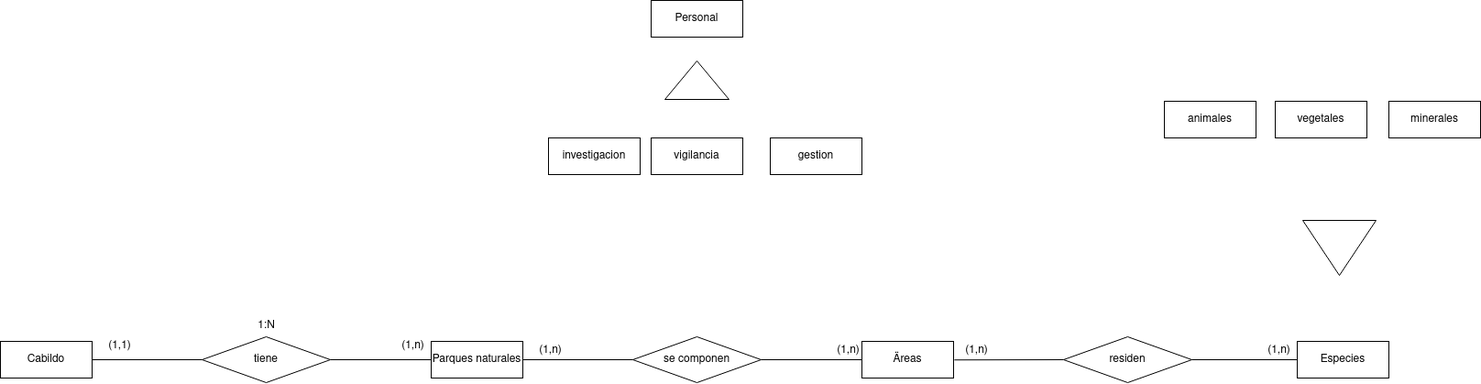
Above: Ejercicios/tarea2/tarea_E/diagramaFinal.png in adogonz23/BAE (draw.io), before the change. Source tidied: cells renumbered, new cells last; positions are measured from the earlier drawing's top-left corner, leaving out a move shared by most shapes.
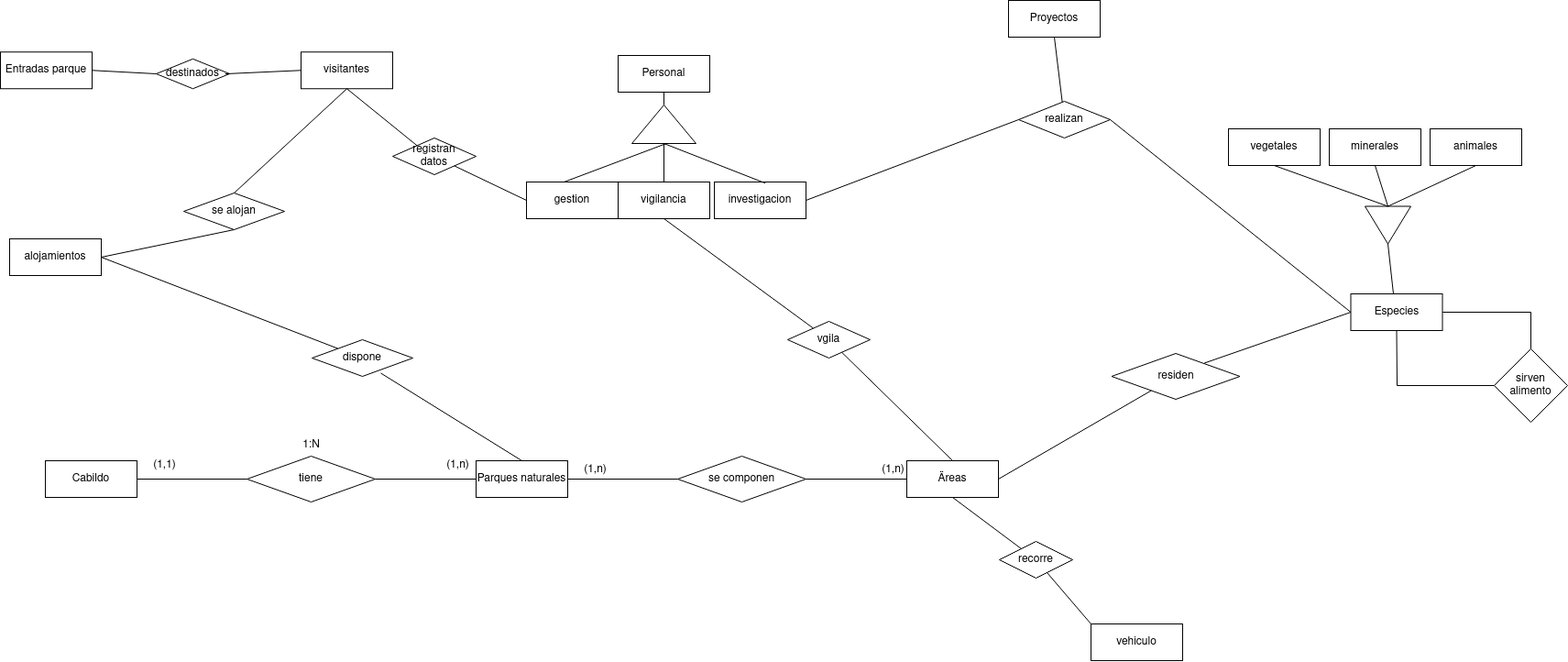
After the commit.

Change to the diagram source:
```diff
@@ -46,50 +46,173 @@
     <mxCell id="15" value="(1,n)" style="text;html=1;align=center;verticalAlign=middle;strokeColor=none;fillColor=none;" parent="1" vertex="1">
       <mxGeometry x="575" y="367" width="50" height="30" as="geometry" />
     </mxCell>
-    <mxCell id="16" value="Especies" style="rounded=0;whiteSpace=wrap;html=1;" parent="1" vertex="1">
-      <mxGeometry x="1415" y="372" width="100" height="40" as="geometry" />
-    </mxCell>
     <mxCell id="17" value="residen" style="rhombus;whiteSpace=wrap;html=1;" parent="1" vertex="1">
-      <mxGeometry x="1160" y="367" width="140" height="50" as="geometry" />
+      <mxGeometry x="1163.5" y="255" width="140" height="50" as="geometry" />
     </mxCell>
-    <mxCell id="18" style="endArrow=none;html=1;rounded=0;entryX=0.018;entryY=0.842;entryDx=0;entryDy=0;exitX=0;exitY=0.5;exitDx=0;exitDy=0;entryPerimeter=0;" parent="1" edge="1" source="17" target="21">
-      <mxGeometry relative="1" as="geometry" />
-    </mxCell>
-    <mxCell id="19" style="endArrow=none;html=1;rounded=0;entryX=0;entryY=0.5;entryDx=0;entryDy=0;exitX=1;exitY=0.5;exitDx=0;exitDy=0;" parent="1" edge="1" source="17" target="16">
-      <mxGeometry relative="1" as="geometry" />
-    </mxCell>
-    <mxCell id="20" value="(1,n)" style="text;html=1;align=center;verticalAlign=middle;strokeColor=none;fillColor=none;" parent="1" vertex="1">
-      <mxGeometry x="1370" y="367" width="50" height="30" as="geometry" />
-    </mxCell>
-    <mxCell id="21" value="(1,n)" style="text;html=1;align=center;verticalAlign=middle;points=[];strokeColor=none;fillColor=none;" parent="1" vertex="1">
-      <mxGeometry x="1040" y="367" width="50" height="30" as="geometry" />
-    </mxCell>
-    <mxCell id="22" style="triangle;whiteSpace=wrap;html=1;rotation=90;" parent="1" vertex="1">
-      <mxGeometry x="1431" y="230" width="60" height="80" as="geometry" />
-    </mxCell>
-    <mxCell id="23" value="animales" style="rounded=0;whiteSpace=wrap;html=1;" parent="1" vertex="1">
-      <mxGeometry x="1270" y="110" width="100" height="40" as="geometry" />
-    </mxCell>
-    <mxCell id="24" value="minerales" style="rounded=0;whiteSpace=wrap;html=1;" parent="1" vertex="1">
-      <mxGeometry x="1515" y="110" width="100" height="40" as="geometry" />
-    </mxCell>
-    <mxCell id="25" value="vegetales" style="rounded=0;whiteSpace=wrap;html=1;" parent="1" vertex="1">
-      <mxGeometry x="1391" y="110" width="100" height="40" as="geometry" />
-    </mxCell>
     <mxCell id="26" value="Personal" style="rounded=0;whiteSpace=wrap;html=1;" parent="1" vertex="1">
-      <mxGeometry x="710" width="100" height="40" as="geometry" />
+      <mxGeometry x="625" y="-70" width="100" height="40" as="geometry" />
     </mxCell>
     <mxCell id="27" style="triangle;whiteSpace=wrap;html=1;rotation=-90;" parent="1" vertex="1">
-      <mxGeometry x="739" y="52" width="42" height="70" as="geometry" />
+      <mxGeometry x="654" y="-30" width="42" height="70" as="geometry" />
     </mxCell>
     <mxCell id="28" value="vigilancia" style="rounded=0;whiteSpace=wrap;html=1;" parent="1" vertex="1">
-      <mxGeometry x="710" y="150" width="100" height="40" as="geometry" />
+      <mxGeometry x="625" y="68" width="100" height="40" as="geometry" />
     </mxCell>
-    <mxCell id="29" value="investigacion" style="rounded=0;whiteSpace=wrap;html=1;" parent="1" vertex="1">
-      <mxGeometry x="598" y="150" width="100" height="40" as="geometry" />
+    <mxCell id="29" value="gestion" style="rounded=0;whiteSpace=wrap;html=1;" parent="1" vertex="1">
+      <mxGeometry x="525" y="68" width="100" height="40" as="geometry" />
     </mxCell>
-    <mxCell id="30" value="gestion " style="rounded=0;whiteSpace=wrap;html=1;" parent="1" vertex="1">
-      <mxGeometry x="840" y="150" width="100" height="40" as="geometry" />
+    <mxCell id="30" value="investigacion" style="rounded=0;whiteSpace=wrap;html=1;" parent="1" vertex="1">
+      <mxGeometry x="730" y="68" width="100" height="40" as="geometry" />
     </mxCell>
+    <mxCell id="31" style="endArrow=none;html=1;rounded=0;entryX=0.5;entryY=1;entryDx=0;entryDy=0;exitX=1;exitY=0.5;exitDx=0;exitDy=0;" parent="1" edge="1" source="27" target="26">
+      <mxGeometry relative="1" as="geometry" />
+    </mxCell>
+    <mxCell id="32" style="endArrow=none;html=1;rounded=0;entryX=0;entryY=0.538;entryDx=0;entryDy=0;entryPerimeter=0;" parent="1" edge="1" target="27">
+      <mxGeometry relative="1" as="geometry">
+        <mxPoint x="566" y="68" as="sourcePoint" />
+      </mxGeometry>
+    </mxCell>
+    <mxCell id="33" style="endArrow=none;html=1;rounded=0;exitX=0.557;exitY=0.033;exitDx=0;exitDy=0;exitPerimeter=0;entryX=0;entryY=0.5;entryDx=0;entryDy=0;" parent="1" edge="1" source="30" target="27">
+      <mxGeometry relative="1" as="geometry" />
+    </mxCell>
+    <mxCell id="34" style="endArrow=none;html=1;rounded=0;exitX=0.5;exitY=0;exitDx=0;exitDy=0;entryX=0;entryY=0.5;entryDx=0;entryDy=0;" parent="1" edge="1" source="28" target="27">
+      <mxGeometry relative="1" as="geometry" />
+    </mxCell>
+    <mxCell id="35" value="Proyectos" style="rounded=0;whiteSpace=wrap;html=1;" parent="1" vertex="1">
+      <mxGeometry x="1051" y="-130" width="100" height="40" as="geometry" />
+    </mxCell>
+    <mxCell id="36" value="visitantes" style="rounded=0;whiteSpace=wrap;html=1;" parent="1" vertex="1">
+      <mxGeometry x="279" y="-73.8" width="100" height="40" as="geometry" />
+    </mxCell>
+    <mxCell id="37" value="Entradas parque" style="rounded=0;whiteSpace=wrap;html=1;" parent="1" vertex="1">
+      <mxGeometry x="-49" y="-73.8" width="100" height="40" as="geometry" />
+    </mxCell>
+    <mxCell id="38" value="vehiculo" style="rounded=0;whiteSpace=wrap;html=1;" parent="1" vertex="1">
+      <mxGeometry x="1141" y="550" width="100" height="40" as="geometry" />
+    </mxCell>
+    <mxCell id="39" style="group;rotation=0;" parent="1" vertex="1">
+      <mxGeometry x="1303.5" y="10" width="321" height="210" as="geometry" />
+    </mxCell>
+    <mxCell id="16" value="Especies" style="rounded=0;whiteSpace=wrap;html=1;rotation=0;" parent="39" vertex="1">
+      <mxGeometry x="121" y="180" width="100" height="40" as="geometry" />
+    </mxCell>
+    <mxCell id="23" value="animales" style="rounded=0;whiteSpace=wrap;html=1;rotation=0;" parent="39" vertex="1">
+      <mxGeometry x="207.5" width="100" height="40" as="geometry" />
+    </mxCell>
+    <mxCell id="24" value="minerales" style="rounded=0;whiteSpace=wrap;html=1;rotation=0;" parent="39" vertex="1">
+      <mxGeometry x="97.5" width="100" height="40" as="geometry" />
+    </mxCell>
+    <mxCell id="25" value="vegetales" style="rounded=0;whiteSpace=wrap;html=1;rotation=0;" parent="39" vertex="1">
+      <mxGeometry x="-12.5" width="100" height="40" as="geometry" />
+    </mxCell>
+    <mxCell id="40" style="triangle;whiteSpace=wrap;html=1;rotation=90;" parent="39" vertex="1">
+      <mxGeometry x="141" y="80" width="41" height="50" as="geometry" />
+    </mxCell>
+    <mxCell id="41" style="endArrow=none;html=1;rounded=0;entryX=0;entryY=0.5;entryDx=0;entryDy=0;exitX=0.5;exitY=1;exitDx=0;exitDy=0;" parent="39" edge="1" source="23" target="40">
+      <mxGeometry relative="1" as="geometry" />
+    </mxCell>
+    <mxCell id="42" style="endArrow=none;html=1;rounded=0;entryX=0;entryY=0.5;entryDx=0;entryDy=0;exitX=0.5;exitY=1;exitDx=0;exitDy=0;" parent="39" edge="1" source="25" target="40">
+      <mxGeometry relative="1" as="geometry" />
+    </mxCell>
+    <mxCell id="43" style="endArrow=none;html=1;rounded=0;entryX=0;entryY=0.5;entryDx=0;entryDy=0;exitX=0.5;exitY=1;exitDx=0;exitDy=0;exitPerimeter=0;" parent="39" edge="1" source="24" target="40">
+      <mxGeometry relative="1" as="geometry" />
+    </mxCell>
+    <mxCell id="44" style="endArrow=none;html=1;rounded=0;exitX=1;exitY=0.5;exitDx=0;exitDy=0;" parent="39" edge="1" source="40">
+      <mxGeometry relative="1" as="geometry">
+        <mxPoint x="167.5" y="180" as="targetPoint" />
+      </mxGeometry>
+    </mxCell>
+    <mxCell id="45" style="endArrow=none;html=1;rounded=0;exitX=1;exitY=0.5;exitDx=0;exitDy=0;" parent="1" edge="1" source="10" target="17">
+      <mxGeometry relative="1" as="geometry" />
+    </mxCell>
+    <mxCell id="46" value="recorre" style="rhombus;whiteSpace=wrap;html=1;" parent="1" vertex="1">
+      <mxGeometry x="1041" y="460" width="80" height="40" as="geometry" />
+    </mxCell>
+    <mxCell id="47" value="realizan" style="rhombus;whiteSpace=wrap;html=1;" parent="1" vertex="1">
+      <mxGeometry x="1062" y="-20" width="100" height="40" as="geometry" />
+    </mxCell>
+    <mxCell id="48" style="endArrow=none;html=1;rounded=0;exitX=1;exitY=0.5;exitDx=0;exitDy=0;entryX=0;entryY=0.5;entryDx=0;entryDy=0;" parent="1" edge="1" source="30" target="47">
+      <mxGeometry relative="1" as="geometry" />
+    </mxCell>
+    <mxCell id="49" style="endArrow=none;html=1;rounded=0;entryX=0.5;entryY=1;entryDx=0;entryDy=0;" parent="1" edge="1" source="47" target="35">
+      <mxGeometry relative="1" as="geometry" />
+    </mxCell>
+    <mxCell id="50" style="endArrow=none;html=1;rounded=0;entryX=0.5;entryY=1;entryDx=0;entryDy=0;" parent="1" edge="1" source="46" target="10">
+      <mxGeometry relative="1" as="geometry" />
+    </mxCell>
+    <mxCell id="51" style="endArrow=none;html=1;rounded=0;exitX=0;exitY=0;exitDx=0;exitDy=0;" parent="1" edge="1" source="38" target="46">
+      <mxGeometry relative="1" as="geometry" />
+    </mxCell>
+    <mxCell id="52" value="destinados" style="rhombus;whiteSpace=wrap;html=1;" parent="1" vertex="1">
+      <mxGeometry x="121" y="-66.2" width="80" height="32.5" as="geometry" />
+    </mxCell>
+    <mxCell id="53" value="&lt;div&gt;registran &lt;br&gt;&lt;/div&gt;&lt;div&gt;datos&lt;/div&gt;" style="rhombus;whiteSpace=wrap;html=1;" parent="1" vertex="1">
+      <mxGeometry x="379" y="20" width="91" height="40" as="geometry" />
+    </mxCell>
+    <mxCell id="54" style="endArrow=none;html=1;rounded=0;entryX=0;entryY=0.5;entryDx=0;entryDy=0;" parent="1" edge="1" source="53" target="29">
+      <mxGeometry relative="1" as="geometry" />
+    </mxCell>
+    <mxCell id="55" style="endArrow=none;html=1;rounded=0;entryX=0.297;entryY=0.217;entryDx=0;entryDy=0;entryPerimeter=0;exitX=0.5;exitY=1;exitDx=0;exitDy=0;" parent="1" edge="1" source="36" target="53">
+      <mxGeometry relative="1" as="geometry" />
+    </mxCell>
+    <mxCell id="56" style="endArrow=none;html=1;rounded=0;entryX=0;entryY=0.5;entryDx=0;entryDy=0;exitX=0.94;exitY=0.502;exitDx=0;exitDy=0;exitPerimeter=0;" parent="1" edge="1" source="52" target="36">
+      <mxGeometry relative="1" as="geometry" />
+    </mxCell>
+    <mxCell id="57" style="endArrow=none;html=1;rounded=0;entryX=1;entryY=0.5;entryDx=0;entryDy=0;exitX=0;exitY=0.5;exitDx=0;exitDy=0;" parent="1" edge="1" source="52" target="37">
+      <mxGeometry relative="1" as="geometry" />
+    </mxCell>
+    <mxCell id="58" value="vgila" style="rhombus;whiteSpace=wrap;html=1;" parent="1" vertex="1">
+      <mxGeometry x="810" y="220" width="90" height="40" as="geometry" />
+    </mxCell>
+    <mxCell id="59" style="endArrow=none;html=1;rounded=0;entryX=0.5;entryY=1;entryDx=0;entryDy=0;" parent="1" edge="1" source="58" target="28">
+      <mxGeometry relative="1" as="geometry" />
+    </mxCell>
+    <mxCell id="60" style="endArrow=none;html=1;rounded=0;exitX=0.5;exitY=0;exitDx=0;exitDy=0;" parent="1" edge="1" source="10" target="58">
+      <mxGeometry relative="1" as="geometry" />
+    </mxCell>
+    <mxCell id="61" value="alojamientos" style="rounded=0;whiteSpace=wrap;html=1;" parent="1" vertex="1">
+      <mxGeometry x="-39" y="130" width="100" height="40" as="geometry" />
+    </mxCell>
+    <mxCell id="62" value="dispone" style="rhombus;whiteSpace=wrap;html=1;" parent="1" vertex="1">
+      <mxGeometry x="291" y="240" width="110" height="40" as="geometry" />
+    </mxCell>
+    <mxCell id="63" value="se alojan" style="rhombus;whiteSpace=wrap;html=1;" parent="1" vertex="1">
+      <mxGeometry x="151" y="80" width="110" height="40" as="geometry" />
+    </mxCell>
+    <mxCell id="64" style="endArrow=none;html=1;rounded=0;entryX=0.5;entryY=1;entryDx=0;entryDy=0;exitX=0.5;exitY=0;exitDx=0;exitDy=0;" parent="1" edge="1" source="63" target="36">
+      <mxGeometry relative="1" as="geometry" />
+    </mxCell>
+    <mxCell id="65" style="endArrow=none;html=1;rounded=0;exitX=1;exitY=0.5;exitDx=0;exitDy=0;entryX=0.5;entryY=1;entryDx=0;entryDy=0;" parent="1" edge="1" source="61" target="63">
+      <mxGeometry relative="1" as="geometry" />
+    </mxCell>
+    <mxCell id="66" style="endArrow=none;html=1;rounded=0;exitX=1;exitY=0.5;exitDx=0;exitDy=0;" parent="1" edge="1" source="61" target="62">
+      <mxGeometry relative="1" as="geometry" />
+    </mxCell>
+    <mxCell id="67" style="endArrow=none;html=1;rounded=0;exitX=0.682;exitY=0.912;exitDx=0;exitDy=0;exitPerimeter=0;entryX=0.5;entryY=0;entryDx=0;entryDy=0;" parent="1" edge="1" source="62" target="3">
+      <mxGeometry relative="1" as="geometry" />
+    </mxCell>
+    <mxCell id="68" style="endArrow=none;html=1;rounded=0;entryX=0;entryY=0.5;entryDx=0;entryDy=0;exitX=1;exitY=0.5;exitDx=0;exitDy=0;" parent="1" edge="1" source="47" target="16">
+      <mxGeometry relative="1" as="geometry" />
+    </mxCell>
+    <mxCell id="19" style="endArrow=none;html=1;rounded=0;exitX=0.723;exitY=0.21;exitDx=0;exitDy=0;exitPerimeter=0;entryX=0;entryY=0.5;entryDx=0;entryDy=0;" parent="1" edge="1" source="17" target="16">
+      <mxGeometry relative="1" as="geometry" />
+    </mxCell>
+    <mxCell id="69" value="&lt;div&gt;sirven &lt;br&gt;&lt;/div&gt;&lt;div&gt;alimento&lt;br&gt;&lt;/div&gt;" style="rhombus;whiteSpace=wrap;html=1;" parent="1" vertex="1">
+      <mxGeometry x="1581" y="250" width="80" height="80" as="geometry" />
+    </mxCell>
+    <mxCell id="70" style="endArrow=none;html=1;rounded=0;entryX=0.5;entryY=1;entryDx=0;entryDy=0;exitX=0;exitY=0.5;exitDx=0;exitDy=0;" parent="1" edge="1" source="69" target="16">
+      <mxGeometry relative="1" as="geometry">
+        <Array as="points">
+          <mxPoint x="1475" y="290" />
+        </Array>
+      </mxGeometry>
+    </mxCell>
+    <mxCell id="71" style="endArrow=none;html=1;rounded=0;exitX=1;exitY=0.5;exitDx=0;exitDy=0;entryX=0.5;entryY=0;entryDx=0;entryDy=0;" parent="1" edge="1" source="16" target="69">
+      <mxGeometry relative="1" as="geometry">
+        <Array as="points">
+          <mxPoint x="1621" y="210" />
+        </Array>
+      </mxGeometry>
+    </mxCell>
   </root>
 </mxGraphModel>
```
